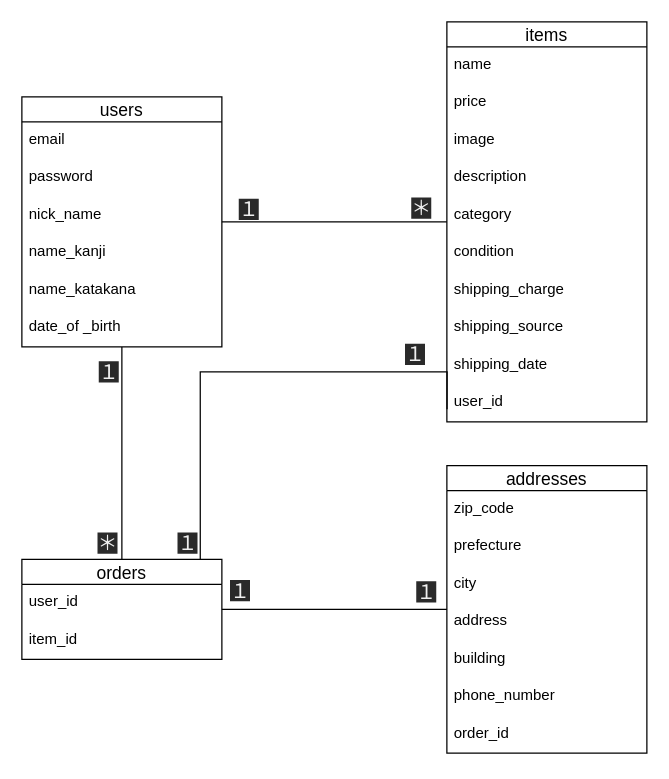
Above: ER.dio in mokamokononono/furima-34267 (draw.io), before the change. Source tidied: cells renumbered, new cells numbered last; positions are measured from the earlier drawing's top-left corner, leaving out a move shared by most shapes. Both pictures are drawn from the tidied source at 125%, with x=0, y=0 at pixel (21, 21).
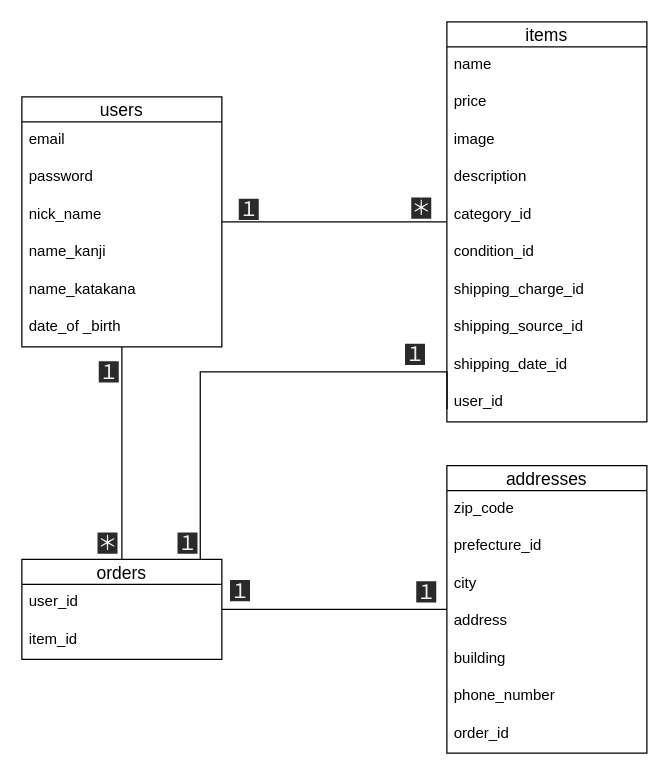
The same page after the edit.

Commit message (it also covers changes not shown here):
ER図とREADMEの修正

- ActiveHashに関わるカラム名に_idを追記

Unchanged cells that the change refers to:
```xml
<mxCell id="11" value="items" style="swimlane;fontStyle=0;horizontal=1;startSize=20;align=center;fontSize=14;" parent="1" vertex="1">
  <mxGeometry x="340" width="160" height="320" as="geometry" />
</mxCell>
<mxCell id="33" value="addresses" style="swimlane;fontStyle=0;horizontal=1;startSize=20;align=center;fontSize=14;" parent="1" vertex="1">
  <mxGeometry x="340" y="355" width="160" height="230" as="geometry" />
</mxCell>
```

What changed in the source:
```diff
@@
-    <mxCell id="16" value="category" style="text;strokeColor=none;fillColor=none;spacingLeft=4;spacingRight=4;overflow=hidden;fontSize=12;" parent="11" vertex="1">
+    <mxCell id="16" value="category_id" style="text;strokeColor=none;fillColor=none;spacingLeft=4;spacingRight=4;overflow=hidden;fontSize=12;" parent="11" vertex="1">
       <mxGeometry y="140" width="160" height="30" as="geometry" />
     </mxCell>
-    <mxCell id="17" value="condition" style="text;strokeColor=none;fillColor=none;spacingLeft=4;spacingRight=4;overflow=hidden;fontSize=12;" parent="11" vertex="1">
+    <mxCell id="17" value="condition_id" style="text;strokeColor=none;fillColor=none;spacingLeft=4;spacingRight=4;overflow=hidden;fontSize=12;" parent="11" vertex="1">
       <mxGeometry y="170" width="160" height="30" as="geometry" />
     </mxCell>
-    <mxCell id="18" value="shipping_charge" style="text;strokeColor=none;fillColor=none;spacingLeft=4;spacingRight=4;overflow=hidden;fontSize=12;" parent="11" vertex="1">
+    <mxCell id="18" value="shipping_charge_id" style="text;strokeColor=none;fillColor=none;spacingLeft=4;spacingRight=4;overflow=hidden;fontSize=12;" parent="11" vertex="1">
       <mxGeometry y="200" width="160" height="30" as="geometry" />
     </mxCell>
-    <mxCell id="19" value="shipping_source" style="text;strokeColor=none;fillColor=none;spacingLeft=4;spacingRight=4;overflow=hidden;fontSize=12;" parent="11" vertex="1">
+    <mxCell id="19" value="shipping_source_id" style="text;strokeColor=none;fillColor=none;spacingLeft=4;spacingRight=4;overflow=hidden;fontSize=12;" parent="11" vertex="1">
       <mxGeometry y="230" width="160" height="30" as="geometry" />
     </mxCell>
-    <mxCell id="20" value="shipping_date" style="text;strokeColor=none;fillColor=none;spacingLeft=4;spacingRight=4;overflow=hidden;fontSize=12;" parent="11" vertex="1">
+    <mxCell id="20" value="shipping_date_id" style="text;strokeColor=none;fillColor=none;spacingLeft=4;spacingRight=4;overflow=hidden;fontSize=12;" parent="11" vertex="1">
       <mxGeometry y="260" width="160" height="30" as="geometry" />
     </mxCell>
@@
-    <mxCell id="35" value="prefecture" style="text;strokeColor=none;fillColor=none;spacingLeft=4;spacingRight=4;overflow=hidden;fontSize=12;" parent="33" vertex="1">
+    <mxCell id="35" value="prefecture_id" style="text;strokeColor=none;fillColor=none;spacingLeft=4;spacingRight=4;overflow=hidden;fontSize=12;" parent="33" vertex="1">
       <mxGeometry y="50" width="160" height="30" as="geometry" />
     </mxCell>
```
